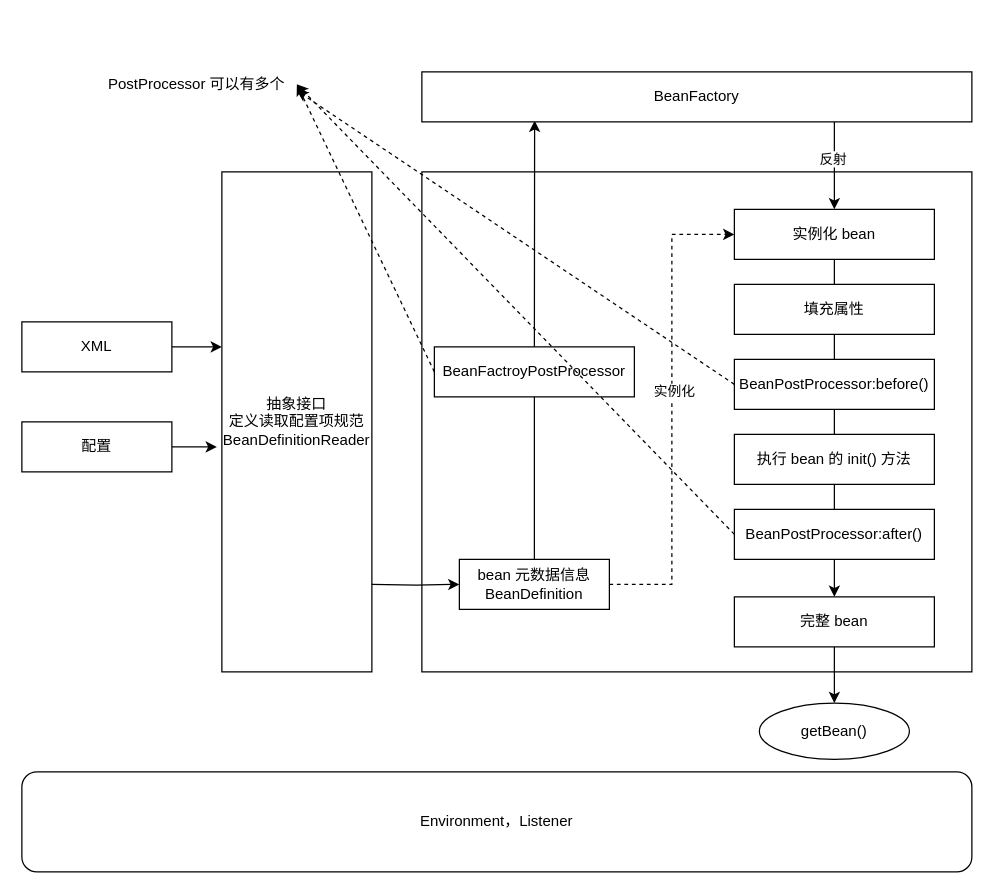
Earlier version of the draw.io diagram Spring Framework.drawio (wubinglong9716/NoteBook). Source tidied: cells renumbered, new cells numbered last; positions are measured from the earlier drawing's top-left corner, leaving out a move shared by most shapes. Both pictures are drawn from the tidied source at 125%, with x=0, y=0 at pixel (21, 71).
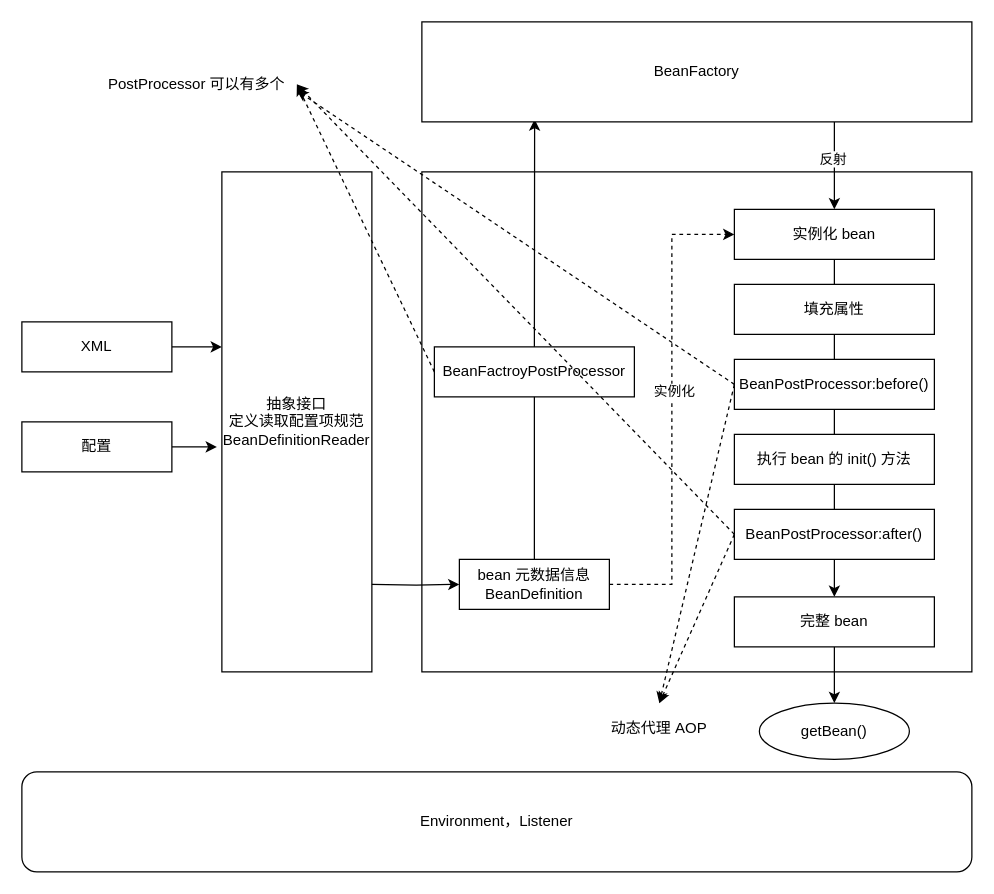
The same diagram, later.

Unchanged cells that the change refers to:
```xml
<mxCell id="22" value="BeanPostProcessor:before()" style="rounded=0;whiteSpace=wrap;html=1;" parent="1" vertex="1">
  <mxGeometry x="570" y="230" width="160" height="40" as="geometry" />
</mxCell>
<mxCell id="24" value="BeanPostProcessor:after()" style="rounded=0;whiteSpace=wrap;html=1;" parent="1" vertex="1">
  <mxGeometry x="570" y="350" width="160" height="40" as="geometry" />
</mxCell>
```

The edit, as a diff of the source:
```diff
@@
     <mxCell id="16" value="BeanFactory" style="rounded=0;whiteSpace=wrap;html=1;" parent="1" vertex="1">
-      <mxGeometry x="320" width="440" height="40" as="geometry" />
+      <mxGeometry x="320" y="-40" width="440" height="80" as="geometry" />
     </mxCell>
@@
+    <mxCell id="31" style="edgeStyle=none;rounded=0;jettySize=auto;html=1;exitX=0;exitY=0.5;exitDx=0;exitDy=0;entryX=0.5;entryY=0;entryDx=0;entryDy=0;dashed=1;" parent="1" edge="1" source="22" target="33">
+      <mxGeometry relative="1" as="geometry" />
+    </mxCell>
@@
+    <mxCell id="32" style="edgeStyle=none;rounded=0;jettySize=auto;html=1;exitX=0;exitY=0.5;exitDx=0;exitDy=0;dashed=1;entryX=0.5;entryY=0;entryDx=0;entryDy=0;" parent="1" edge="1" source="24" target="33">
+      <mxGeometry relative="1" as="geometry" />
+    </mxCell>
@@
+    <mxCell id="33" value="动态代理 AOP" style="text;html=1;strokeColor=none;fillColor=none;align=center;verticalAlign=middle;whiteSpace=wrap;rounded=0;" parent="1" vertex="1">
+      <mxGeometry x="450" y="505" width="120" height="40" as="geometry" />
+    </mxCell>
```
